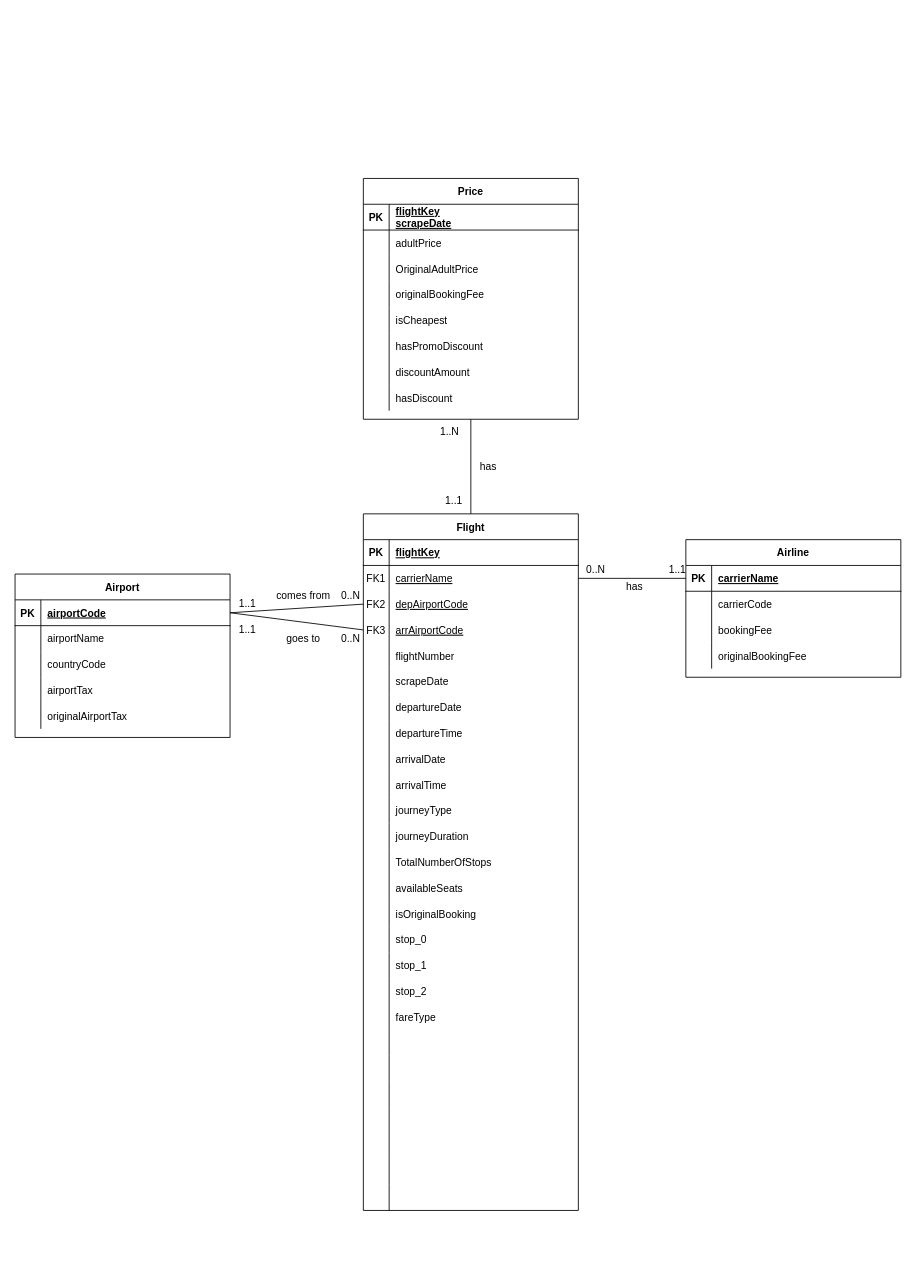
This is erd.drawio from Floris-Buyse-FB/Data-Engineering-Project, a draw.io file, before an edit. Source tidied: cells renumbered, new cells numbered last; positions are measured from the earlier drawing's top-left corner, leaving out a move shared by most shapes. Both pictures are drawn from the tidied source at 86%, with x=0, y=0 at pixel (15, 178).
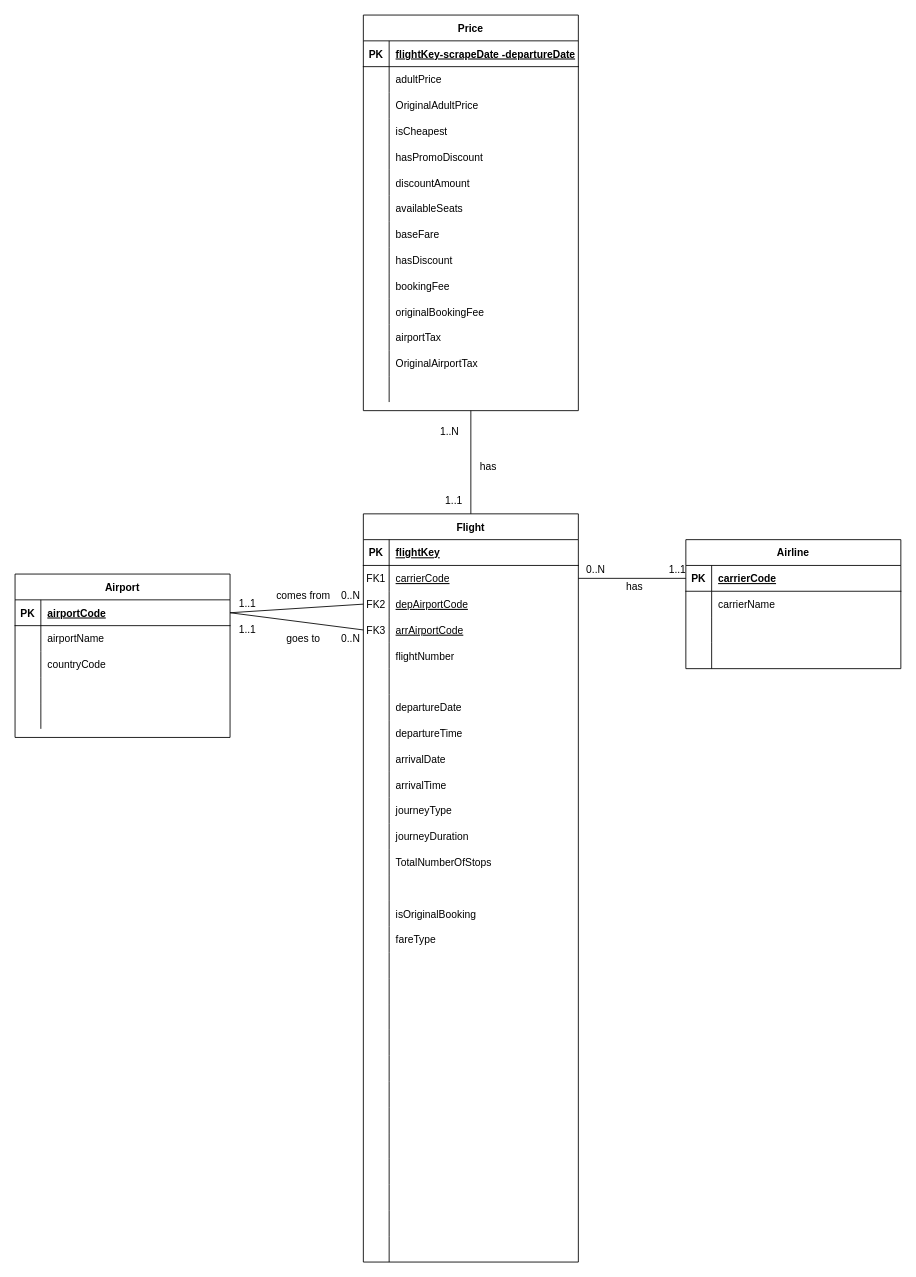
The same diagram, later.

Commit message:
ERD aangepast

The change refers to these unchanged cells:
```xml
<mxCell id="6" style="shape=partialRectangle;fillColor=none;points=[[0,0.5],[1,0.5]];portConstraint=eastwest;top=0;left=0;right=0;bottom=0;" parent="2" vertex="1">
  <mxGeometry y="60" width="250" height="30" as="geometry" />
</mxCell>
<mxCell id="18" style="shape=partialRectangle;fillColor=none;top=0;left=0;right=0;bottom=0;" parent="2" vertex="1">
  <mxGeometry y="180" width="250" height="30" as="geometry" />
</mxCell>
<mxCell id="42" style="shape=partialRectangle;fillColor=none;top=0;left=0;right=0;bottom=0;" parent="2" vertex="1">
  <mxGeometry y="420" width="250" height="30" as="geometry" />
</mxCell>
<mxCell id="91" style="shape=partialRectangle;fillColor=none;top=0;left=0;right=0;bottom=0;" parent="81" vertex="1">
  <mxGeometry y="120" width="250" height="30" as="geometry" />
</mxCell>
<mxCell id="94" style="shape=partialRectangle;fillColor=none;top=0;left=0;right=0;bottom=0;" parent="81" vertex="1">
  <mxGeometry y="150" width="250" height="30" as="geometry" />
</mxCell>
<mxCell id="98" style="shape=partialRectangle;fillColor=none;points=[[0,0.5],[1,0.5]];portConstraint=eastwest;top=0;left=0;right=0;bottom=1;" parent="97" vertex="1">
  <mxGeometry y="30" width="250" height="30" as="geometry" />
</mxCell>
<mxCell id="101" style="shape=partialRectangle;fillColor=none;top=0;left=0;right=0;bottom=0;" parent="97" vertex="1">
  <mxGeometry y="60" width="250" height="30" as="geometry" />
</mxCell>
<mxCell id="104" style="shape=partialRectangle;fillColor=none;top=0;left=0;right=0;bottom=0;" parent="97" vertex="1">
  <mxGeometry y="90" width="250" height="30" as="geometry" />
</mxCell>
<mxCell id="107" style="shape=partialRectangle;fillColor=none;top=0;left=0;right=0;bottom=0;" parent="97" vertex="1">
  <mxGeometry y="120" width="250" height="30" as="geometry" />
</mxCell>
<mxCell id="124" style="shape=partialRectangle;fillColor=none;top=0;left=0;right=0;bottom=1;" parent="123" vertex="1">
  <mxGeometry y="30" width="250" height="30" as="geometry" />
</mxCell>
```

Change to the diagram source:
```diff
@@
     <mxCell id="2" value="Flight" style="shape=table;startSize=30;childLayout=tableLayout;rowLines=0;fontStyle=1;align=center;" parent="1" vertex="1">
-      <mxGeometry x="405" y="390" width="250" height="810" as="geometry" />
+      <mxGeometry x="405" y="390" width="250" height="870" as="geometry" />
     </mxCell>
@@
-    <mxCell id="8" value="carrierName" style="shape=partialRectangle;overflow=hidden;fillColor=none;top=0;left=0;bottom=0;right=0;align=left;spacingLeft=6;fontStyle=4;" parent="6" vertex="1">
+    <mxCell id="8" value="carrierCode" style="shape=partialRectangle;overflow=hidden;fillColor=none;top=0;left=0;bottom=0;right=0;align=left;spacingLeft=6;fontStyle=4;" parent="6" vertex="1">
       <mxGeometry x="30" width="220" height="30" as="geometry" />
     </mxCell>
@@
-    <mxCell id="20" value="scrapeDate" style="shape=partialRectangle;overflow=hidden;fillColor=none;top=0;left=0;bottom=0;right=0;align=left;spacingLeft=6;" parent="18" vertex="1">
+    <mxCell id="20" style="shape=partialRectangle;overflow=hidden;fillColor=none;top=0;left=0;bottom=0;right=0;align=left;spacingLeft=6;" parent="18" vertex="1">
       <mxGeometry x="30" width="220" height="30" as="geometry" />
     </mxCell>
@@
-    <mxCell id="44" value="availableSeats" style="shape=partialRectangle;overflow=hidden;fillColor=none;top=0;left=0;bottom=0;right=0;align=left;spacingLeft=6;" parent="42" vertex="1">
+    <mxCell id="44" style="shape=partialRectangle;overflow=hidden;fillColor=none;top=0;left=0;bottom=0;right=0;align=left;spacingLeft=6;" parent="42" vertex="1">
       <mxGeometry x="30" width="220" height="30" as="geometry" />
     </mxCell>
@@
+    <mxCell id="57" style="shape=partialRectangle;fillColor=none;top=0;left=0;right=0;bottom=0;" parent="2" vertex="1">
+      <mxGeometry y="480" width="250" height="30" as="geometry" />
+    </mxCell>
+    <mxCell id="58" style="shape=partialRectangle;overflow=hidden;fillColor=none;top=0;left=0;bottom=0;right=0;" parent="57" vertex="1">
+      <mxGeometry width="30" height="30" as="geometry" />
+    </mxCell>
+    <mxCell id="59" value="fareType" style="shape=partialRectangle;overflow=hidden;fillColor=none;top=0;left=0;bottom=0;right=0;align=left;spacingLeft=6;" parent="57" vertex="1">
+      <mxGeometry x="30" width="220" height="30" as="geometry" />
+    </mxCell>
+    <mxCell id="151" style="shape=partialRectangle;fillColor=none;top=0;left=0;right=0;bottom=0;" parent="2" vertex="1">
+      <mxGeometry y="510" width="250" height="30" as="geometry" />
+    </mxCell>
+    <mxCell id="152" style="shape=partialRectangle;overflow=hidden;fillColor=none;top=0;left=0;bottom=0;right=0;" parent="151" vertex="1">
+      <mxGeometry width="30" height="30" as="geometry" />
+    </mxCell>
+    <mxCell id="153" style="shape=partialRectangle;overflow=hidden;fillColor=none;top=0;left=0;bottom=0;right=0;align=left;spacingLeft=6;" parent="151" vertex="1">
+      <mxGeometry x="30" width="220" height="30" as="geometry" />
+    </mxCell>
     <mxCell id="48" style="shape=partialRectangle;fillColor=none;top=0;left=0;right=0;bottom=0;" parent="2" vertex="1">
-      <mxGeometry y="480" width="250" height="30" as="geometry" />
+      <mxGeometry y="540" width="250" height="30" as="geometry" />
     </mxCell>
@@
-    <mxCell id="50" value="stop_0" style="shape=partialRectangle;overflow=hidden;fillColor=none;top=0;left=0;bottom=0;right=0;align=left;spacingLeft=6;" parent="48" vertex="1">
+    <mxCell id="50" style="shape=partialRectangle;overflow=hidden;fillColor=none;top=0;left=0;bottom=0;right=0;align=left;spacingLeft=6;" parent="48" vertex="1">
       <mxGeometry x="30" width="220" height="30" as="geometry" />
     </mxCell>
     <mxCell id="51" style="shape=partialRectangle;fillColor=none;top=0;left=0;right=0;bottom=0;" parent="2" vertex="1">
-      <mxGeometry y="510" width="250" height="30" as="geometry" />
+      <mxGeometry y="570" width="250" height="30" as="geometry" />
     </mxCell>
@@
-    <mxCell id="53" value="stop_1" style="shape=partialRectangle;overflow=hidden;fillColor=none;top=0;left=0;bottom=0;right=0;align=left;spacingLeft=6;" parent="51" vertex="1">
+    <mxCell id="53" style="shape=partialRectangle;overflow=hidden;fillColor=none;top=0;left=0;bottom=0;right=0;align=left;spacingLeft=6;" parent="51" vertex="1">
       <mxGeometry x="30" width="220" height="30" as="geometry" />
     </mxCell>
     <mxCell id="54" style="shape=partialRectangle;fillColor=none;top=0;left=0;right=0;bottom=0;" parent="2" vertex="1">
-      <mxGeometry y="540" width="250" height="30" as="geometry" />
+      <mxGeometry y="600" width="250" height="30" as="geometry" />
     </mxCell>
@@
-    <mxCell id="56" value="stop_2" style="shape=partialRectangle;overflow=hidden;fillColor=none;top=0;left=0;bottom=0;right=0;align=left;spacingLeft=6;" parent="54" vertex="1">
+    <mxCell id="56" style="shape=partialRectangle;overflow=hidden;fillColor=none;top=0;left=0;bottom=0;right=0;align=left;spacingLeft=6;" parent="54" vertex="1">
       <mxGeometry x="30" width="220" height="30" as="geometry" />
     </mxCell>
-    <mxCell id="57" style="shape=partialRectangle;fillColor=none;top=0;left=0;right=0;bottom=0;" parent="2" vertex="1">
-      <mxGeometry y="570" width="250" height="30" as="geometry" />
-    </mxCell>
-    <mxCell id="58" style="shape=partialRectangle;overflow=hidden;fillColor=none;top=0;left=0;bottom=0;right=0;" parent="57" vertex="1">
-      <mxGeometry width="30" height="30" as="geometry" />
-    </mxCell>
-    <mxCell id="59" value="fareType" style="shape=partialRectangle;overflow=hidden;fillColor=none;top=0;left=0;bottom=0;right=0;align=left;spacingLeft=6;" parent="57" vertex="1">
-      <mxGeometry x="30" width="220" height="30" as="geometry" />
-    </mxCell>
+    <mxCell id="154" style="shape=partialRectangle;fillColor=none;top=0;left=0;right=0;bottom=0;" parent="2" vertex="1">
+      <mxGeometry y="630" width="250" height="30" as="geometry" />
+    </mxCell>
+    <mxCell id="155" style="shape=partialRectangle;overflow=hidden;fillColor=none;top=0;left=0;bottom=0;right=0;" parent="154" vertex="1">
+      <mxGeometry width="30" height="30" as="geometry" />
+    </mxCell>
+    <mxCell id="156" style="shape=partialRectangle;overflow=hidden;fillColor=none;top=0;left=0;bottom=0;right=0;align=left;spacingLeft=6;" parent="154" vertex="1">
+      <mxGeometry x="30" width="220" height="30" as="geometry" />
+    </mxCell>
     <mxCell id="60" style="shape=partialRectangle;fillColor=none;top=0;left=0;right=0;bottom=0;" parent="2" vertex="1">
-      <mxGeometry y="600" width="250" height="30" as="geometry" />
+      <mxGeometry y="660" width="250" height="30" as="geometry" />
     </mxCell>
@@
     <mxCell id="63" style="shape=partialRectangle;fillColor=none;top=0;left=0;right=0;bottom=0;" parent="2" vertex="1">
-      <mxGeometry y="630" width="250" height="30" as="geometry" />
+      <mxGeometry y="690" width="250" height="30" as="geometry" />
     </mxCell>
@@
     <mxCell id="66" style="shape=partialRectangle;fillColor=none;top=0;left=0;right=0;bottom=0;" parent="2" vertex="1">
-      <mxGeometry y="660" width="250" height="30" as="geometry" />
+      <mxGeometry y="720" width="250" height="30" as="geometry" />
     </mxCell>
@@
     <mxCell id="69" style="shape=partialRectangle;fillColor=none;top=0;left=0;right=0;bottom=0;" parent="2" vertex="1">
-      <mxGeometry y="690" width="250" height="30" as="geometry" />
+      <mxGeometry y="750" width="250" height="30" as="geometry" />
     </mxCell>
@@
     <mxCell id="72" style="shape=partialRectangle;fillColor=none;top=0;left=0;right=0;bottom=0;" parent="2" vertex="1">
-      <mxGeometry y="720" width="250" height="30" as="geometry" />
+      <mxGeometry y="780" width="250" height="30" as="geometry" />
     </mxCell>
@@
     <mxCell id="75" style="shape=partialRectangle;fillColor=none;top=0;left=0;right=0;bottom=0;" parent="2" vertex="1">
-      <mxGeometry y="750" width="250" height="30" as="geometry" />
+      <mxGeometry y="810" width="250" height="30" as="geometry" />
     </mxCell>
@@
     <mxCell id="78" style="shape=partialRectangle;fillColor=none;top=0;left=0;right=0;bottom=0;" parent="2" vertex="1">
-      <mxGeometry y="780" width="250" height="30" as="geometry" />
+      <mxGeometry y="840" width="250" height="30" as="geometry" />
     </mxCell>
@@
-    <mxCell id="93" value="airportTax" style="shape=partialRectangle;overflow=hidden;fillColor=none;top=0;left=0;bottom=0;right=0;align=left;spacingLeft=6;" parent="91" vertex="1">
+    <mxCell id="93" style="shape=partialRectangle;overflow=hidden;fillColor=none;top=0;left=0;bottom=0;right=0;align=left;spacingLeft=6;" parent="91" vertex="1">
       <mxGeometry x="30" width="220" height="30" as="geometry" />
     </mxCell>
@@
-    <mxCell id="96" value="originalAirportTax" style="shape=partialRectangle;overflow=hidden;fillColor=none;top=0;left=0;bottom=0;right=0;align=left;spacingLeft=6;" parent="94" vertex="1">
+    <mxCell id="96" style="shape=partialRectangle;overflow=hidden;fillColor=none;top=0;left=0;bottom=0;right=0;align=left;spacingLeft=6;" parent="94" vertex="1">
       <mxGeometry x="30" width="220" height="30" as="geometry" />
     </mxCell>
     <mxCell id="97" value="Airline" style="shape=table;startSize=30;childLayout=tableLayout;rowLines=0;fontStyle=1;align=center;" parent="1" vertex="1">
-      <mxGeometry x="780" y="420" width="250" height="160" as="geometry" />
+      <mxGeometry x="780" y="420" width="250" height="150" as="geometry" />
     </mxCell>
@@
-    <mxCell id="100" value="carrierName" style="shape=partialRectangle;overflow=hidden;fillColor=none;top=0;left=0;bottom=0;right=0;align=left;spacingLeft=6;fontStyle=5;" parent="98" vertex="1">
+    <mxCell id="100" value="carrierCode" style="shape=partialRectangle;overflow=hidden;fillColor=none;top=0;left=0;bottom=0;right=0;align=left;spacingLeft=6;fontStyle=5;" parent="98" vertex="1">
       <mxGeometry x="30" width="220" height="30" as="geometry" />
     </mxCell>
@@
-    <mxCell id="103" value="carrierCode" style="shape=partialRectangle;overflow=hidden;fillColor=none;top=0;left=0;bottom=0;right=0;align=left;spacingLeft=6;" parent="101" vertex="1">
+    <mxCell id="103" value="carrierName" style="shape=partialRectangle;overflow=hidden;fillColor=none;top=0;left=0;bottom=0;right=0;align=left;spacingLeft=6;" parent="101" vertex="1">
       <mxGeometry x="30" width="220" height="30" as="geometry" />
     </mxCell>
@@
-    <mxCell id="106" value="bookingFee" style="shape=partialRectangle;overflow=hidden;fillColor=none;top=0;left=0;bottom=0;right=0;align=left;spacingLeft=6;" parent="104" vertex="1">
+    <mxCell id="106" style="shape=partialRectangle;overflow=hidden;fillColor=none;top=0;left=0;bottom=0;right=0;align=left;spacingLeft=6;" parent="104" vertex="1">
       <mxGeometry x="30" width="220" height="30" as="geometry" />
     </mxCell>
@@
-    <mxCell id="109" value="originalBookingFee" style="shape=partialRectangle;overflow=hidden;fillColor=none;top=0;left=0;bottom=0;right=0;align=left;spacingLeft=6;" parent="107" vertex="1">
+    <mxCell id="109" style="shape=partialRectangle;overflow=hidden;fillColor=none;top=0;left=0;bottom=0;right=0;align=left;spacingLeft=6;" parent="107" vertex="1">
       <mxGeometry x="30" width="220" height="30" as="geometry" />
     </mxCell>
@@
     <mxCell id="123" value="Price" style="shape=table;startSize=30;childLayout=tableLayout;rowLines=0;fontStyle=1;align=center;" parent="1" vertex="1">
-      <mxGeometry x="405" width="250" height="280" as="geometry" />
+      <mxGeometry x="405" y="-190" width="250" height="460" as="geometry" />
     </mxCell>
@@
-    <mxCell id="126" value="flightKey&#10;scrapeDate" style="shape=partialRectangle;overflow=hidden;fillColor=none;top=0;left=0;bottom=0;right=0;align=left;spacingLeft=6;fontStyle=5;" parent="124" vertex="1">
+    <mxCell id="126" value="flightKey-scrapeDate -departureDate" style="shape=partialRectangle;overflow=hidden;fillColor=none;top=0;left=0;bottom=0;right=0;align=left;spacingLeft=6;fontStyle=5;" parent="124" vertex="1">
       <mxGeometry x="30" width="220" height="30" as="geometry" />
     </mxCell>
@@
-    <mxCell id="133" style="shape=partialRectangle;fillColor=none;top=0;left=0;right=0;bottom=0;" parent="123" vertex="1">
-      <mxGeometry y="120" width="250" height="30" as="geometry" />
-    </mxCell>
-    <mxCell id="134" style="shape=partialRectangle;overflow=hidden;fillColor=none;top=0;left=0;bottom=0;right=0;" parent="133" vertex="1">
-      <mxGeometry width="30" height="30" as="geometry" />
-    </mxCell>
-    <mxCell id="135" value="originalBookingFee" style="shape=partialRectangle;overflow=hidden;fillColor=none;top=0;left=0;bottom=0;right=0;align=left;spacingLeft=6;" parent="133" vertex="1">
-      <mxGeometry x="30" width="220" height="30" as="geometry" />
-    </mxCell>
     <mxCell id="136" style="shape=partialRectangle;fillColor=none;top=0;left=0;right=0;bottom=0;" parent="123" vertex="1">
-      <mxGeometry y="150" width="250" height="30" as="geometry" />
+      <mxGeometry y="120" width="250" height="30" as="geometry" />
     </mxCell>
@@
     <mxCell id="139" style="shape=partialRectangle;fillColor=none;top=0;left=0;right=0;bottom=0;" parent="123" vertex="1">
-      <mxGeometry y="180" width="250" height="30" as="geometry" />
+      <mxGeometry y="150" width="250" height="30" as="geometry" />
     </mxCell>
@@
     <mxCell id="142" style="shape=partialRectangle;fillColor=none;top=0;left=0;right=0;bottom=0;" parent="123" vertex="1">
-      <mxGeometry y="210" width="250" height="30" as="geometry" />
+      <mxGeometry y="180" width="250" height="30" as="geometry" />
     </mxCell>
@@
+    <mxCell id="157" style="shape=partialRectangle;fillColor=none;top=0;left=0;right=0;bottom=0;" parent="123" vertex="1">
+      <mxGeometry y="210" width="250" height="30" as="geometry" />
+    </mxCell>
+    <mxCell id="158" style="shape=partialRectangle;overflow=hidden;fillColor=none;top=0;left=0;bottom=0;right=0;" parent="157" vertex="1">
+      <mxGeometry width="30" height="30" as="geometry" />
+    </mxCell>
+    <mxCell id="159" value="availableSeats" style="shape=partialRectangle;overflow=hidden;fillColor=none;top=0;left=0;bottom=0;right=0;align=left;spacingLeft=6;" parent="157" vertex="1">
+      <mxGeometry x="30" width="220" height="30" as="geometry" />
+    </mxCell>
+    <mxCell id="160" style="shape=partialRectangle;fillColor=none;top=0;left=0;right=0;bottom=0;" parent="123" vertex="1">
+      <mxGeometry y="240" width="250" height="30" as="geometry" />
+    </mxCell>
+    <mxCell id="161" style="shape=partialRectangle;overflow=hidden;fillColor=none;top=0;left=0;bottom=0;right=0;" parent="160" vertex="1">
+      <mxGeometry width="30" height="30" as="geometry" />
+    </mxCell>
+    <mxCell id="162" value="baseFare" style="shape=partialRectangle;overflow=hidden;fillColor=none;top=0;left=0;bottom=0;right=0;align=left;spacingLeft=6;" parent="160" vertex="1">
+      <mxGeometry x="30" width="220" height="30" as="geometry" />
+    </mxCell>
     <mxCell id="145" style="shape=partialRectangle;fillColor=none;top=0;left=0;right=0;bottom=0;" parent="123" vertex="1">
-      <mxGeometry y="240" width="250" height="30" as="geometry" />
+      <mxGeometry y="270" width="250" height="30" as="geometry" />
     </mxCell>
@@
+    <mxCell id="163" style="shape=partialRectangle;fillColor=none;top=0;left=0;right=0;bottom=0;" parent="123" vertex="1">
+      <mxGeometry y="300" width="250" height="30" as="geometry" />
+    </mxCell>
+    <mxCell id="164" style="shape=partialRectangle;overflow=hidden;fillColor=none;top=0;left=0;bottom=0;right=0;" parent="163" vertex="1">
+      <mxGeometry width="30" height="30" as="geometry" />
+    </mxCell>
+    <mxCell id="165" value="bookingFee" style="shape=partialRectangle;overflow=hidden;fillColor=none;top=0;left=0;bottom=0;right=0;align=left;spacingLeft=6;" parent="163" vertex="1">
+      <mxGeometry x="30" width="220" height="30" as="geometry" />
+    </mxCell>
+    <mxCell id="133" style="shape=partialRectangle;fillColor=none;top=0;left=0;right=0;bottom=0;" parent="123" vertex="1">
+      <mxGeometry y="330" width="250" height="30" as="geometry" />
+    </mxCell>
+    <mxCell id="134" style="shape=partialRectangle;overflow=hidden;fillColor=none;top=0;left=0;bottom=0;right=0;" parent="133" vertex="1">
+      <mxGeometry width="30" height="30" as="geometry" />
+    </mxCell>
+    <mxCell id="135" value="originalBookingFee" style="shape=partialRectangle;overflow=hidden;fillColor=none;top=0;left=0;bottom=0;right=0;align=left;spacingLeft=6;" parent="133" vertex="1">
+      <mxGeometry x="30" width="220" height="30" as="geometry" />
+    </mxCell>
+    <mxCell id="166" style="shape=partialRectangle;fillColor=none;top=0;left=0;right=0;bottom=0;" parent="123" vertex="1">
+      <mxGeometry y="360" width="250" height="30" as="geometry" />
+    </mxCell>
+    <mxCell id="167" style="shape=partialRectangle;overflow=hidden;fillColor=none;top=0;left=0;bottom=0;right=0;" parent="166" vertex="1">
+      <mxGeometry width="30" height="30" as="geometry" />
+    </mxCell>
+    <mxCell id="168" value="airportTax" style="shape=partialRectangle;overflow=hidden;fillColor=none;top=0;left=0;bottom=0;right=0;align=left;spacingLeft=6;" parent="166" vertex="1">
+      <mxGeometry x="30" width="220" height="30" as="geometry" />
+    </mxCell>
+    <mxCell id="169" style="shape=partialRectangle;fillColor=none;top=0;left=0;right=0;bottom=0;" parent="123" vertex="1">
+      <mxGeometry y="390" width="250" height="30" as="geometry" />
+    </mxCell>
+    <mxCell id="170" style="shape=partialRectangle;overflow=hidden;fillColor=none;top=0;left=0;bottom=0;right=0;" parent="169" vertex="1">
+      <mxGeometry width="30" height="30" as="geometry" />
+    </mxCell>
+    <mxCell id="171" value="OriginalAirportTax" style="shape=partialRectangle;overflow=hidden;fillColor=none;top=0;left=0;bottom=0;right=0;align=left;spacingLeft=6;" parent="169" vertex="1">
+      <mxGeometry x="30" width="220" height="30" as="geometry" />
+    </mxCell>
+    <mxCell id="172" style="shape=partialRectangle;fillColor=none;top=0;left=0;right=0;bottom=0;" parent="123" vertex="1">
+      <mxGeometry y="420" width="250" height="30" as="geometry" />
+    </mxCell>
+    <mxCell id="173" style="shape=partialRectangle;overflow=hidden;fillColor=none;top=0;left=0;bottom=0;right=0;" parent="172" vertex="1">
+      <mxGeometry width="30" height="30" as="geometry" />
+    </mxCell>
+    <mxCell id="174" style="shape=partialRectangle;overflow=hidden;fillColor=none;top=0;left=0;bottom=0;right=0;align=left;spacingLeft=6;" parent="172" vertex="1">
+      <mxGeometry x="30" width="220" height="30" as="geometry" />
+    </mxCell>
```
